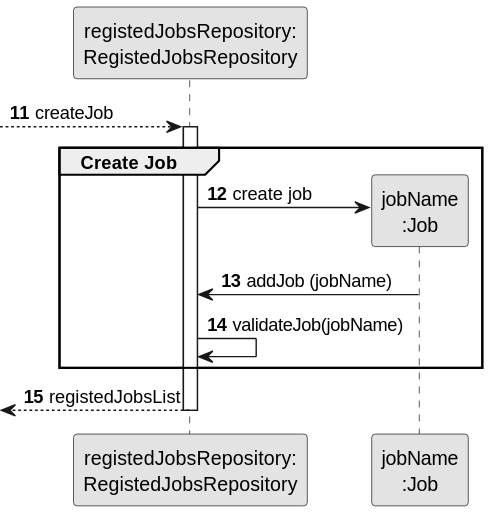
1231360-ISEP/lei-24-s2-1db-g021 keeps this PlantUML diagram as docs/sprint2/us002/03.design/svg/us002-sequence-diagram-partial-create-job.svg. Above is the earlier version. The source it was exported from:
```plantuml
@startuml
skinparam monochrome true
skinparam packageStyle rectangle
skinparam shadowing false

participant "registedJobsRepository:\nRegistedJobsRepository" as RegistedJobsRepository
participant "jobName\n:Job" as PROFISSAO

autonumber 11
--> RegistedJobsRepository: createJob
activate RegistedJobsRepository

    group Create Job

        RegistedJobsRepository -> PROFISSAO**: create job
        PROFISSAO -> RegistedJobsRepository: addJob (jobName)

            RegistedJobsRepository -> RegistedJobsRepository: validateJob(jobName)

    end

    <-- RegistedJobsRepository : registedJobsList

deactivate RegistedJobsRepository
@enduml
```
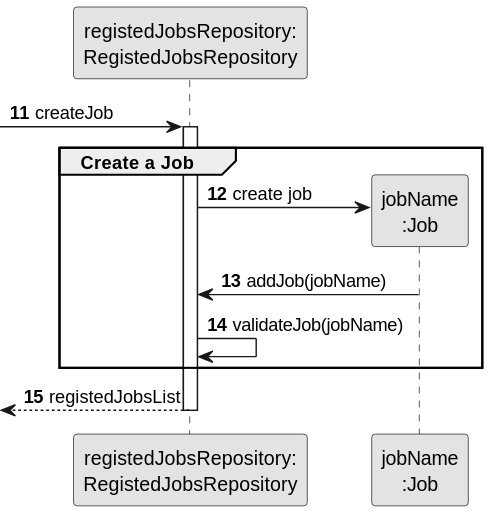
Above is the later version.

Commit message:
US2 - update the partial diagram (create job) and full diagram

The edit, as a diff of the source:
```diff
@@ -7,13 +7,13 @@
 participant "jobName\n:Job" as PROFISSAO
 
 autonumber 11
---> RegistedJobsRepository: createJob
+-> RegistedJobsRepository: createJob
 activate RegistedJobsRepository
 
-    group Create Job
+    group Create a Job
 
         RegistedJobsRepository -> PROFISSAO**: create job
-        PROFISSAO -> RegistedJobsRepository: addJob (jobName)
+        PROFISSAO -> RegistedJobsRepository: addJob(jobName)
 
             RegistedJobsRepository -> RegistedJobsRepository: validateJob(jobName)
 
```
